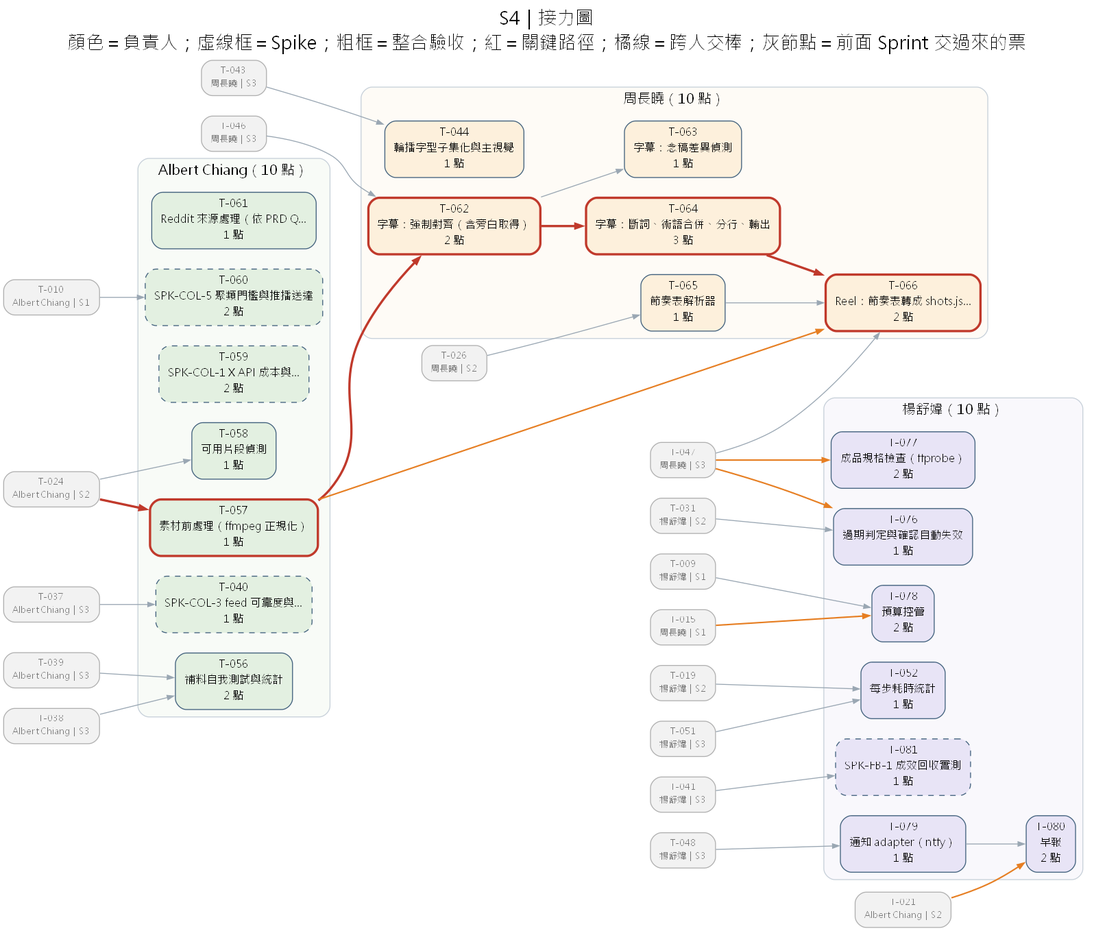
Before: docs/diagrams/dag-S4.png, a diagram exported from Graphviz (Zenobia000/AI_Media_Studio_content_pipe). Its source is kept beside it as docs/diagrams/dag-S4.dot.
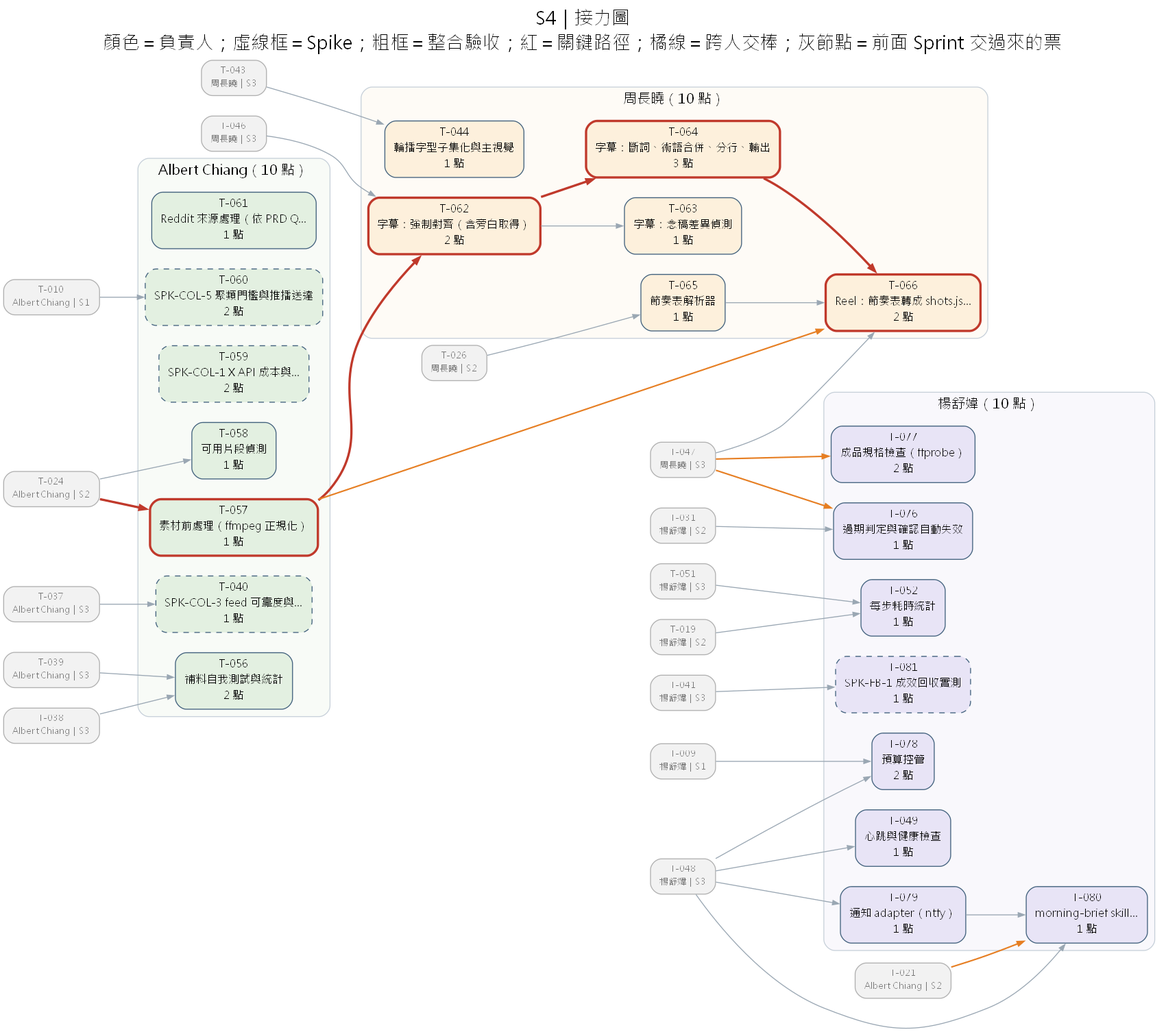
Later version of the same file.

Change to the diagram source:
```diff
@@ -47,6 +47,9 @@
 2 點", fillcolor="#fdf0dc", style="rounded,filled", penwidth=2.5, color="#c0392b"];
 }
 subgraph "cluster_楊舒媁" { label="楊舒媁（10 點）"; style="rounded,filled"; fillcolor="#e8e4f640"; color="#c7d0d9"; fontsize=15;
+"T-049" [label="T-049
+心跳與健康檢查
+1 點", fillcolor="#e8e4f6", style="rounded,filled"];
 "T-052" [label="T-052
 每步耗時統計
 1 點", fillcolor="#e8e4f6", style="rounded,filled"];
@@ -63,8 +66,8 @@
 通知 adapter（ntfy）
 1 點", fillcolor="#e8e4f6", style="rounded,filled"];
 "T-080" [label="T-080
-早報
-2 點", fillcolor="#e8e4f6", style="rounded,filled"];
+morning-brief skill…
+1 點", fillcolor="#e8e4f6", style="rounded,filled"];
 "T-081" [label="T-081
 SPK-FB-1 成效回收實測
 1 點", fillcolor="#e8e4f6", style="rounded,filled,dashed"];
@@ -73,8 +76,6 @@
 楊舒媁｜S1", fillcolor="#f2f2f2", color="#b0b0b0", fontcolor="#777777", fontsize=10];
 "T-010" [label="T-010
 Albert Chiang｜S1", fillcolor="#f2f2f2", color="#b0b0b0", fontcolor="#777777", fontsize=10];
-"T-015" [label="T-015
-周長曉｜S1", fillcolor="#f2f2f2", color="#b0b0b0", fontcolor="#777777", fontsize=10];
 "T-019" [label="T-019
 楊舒媁｜S2", fillcolor="#f2f2f2", color="#b0b0b0", fontcolor="#777777", fontsize=10];
 "T-021" [label="T-021
@@ -105,6 +106,7 @@
 楊舒媁｜S3", fillcolor="#f2f2f2", color="#b0b0b0", fontcolor="#777777", fontsize=10];
 "T-037" -> "T-040";
 "T-043" -> "T-044";
+"T-048" -> "T-049";
 "T-051" -> "T-052";
 "T-019" -> "T-052";
 "T-038" -> "T-056";
@@ -125,9 +127,10 @@
 "T-031" -> "T-076";
 "T-047" -> "T-077" [color="#e67e22", penwidth=1.6];
 "T-009" -> "T-078";
-"T-015" -> "T-078" [color="#e67e22", penwidth=1.6];
+"T-048" -> "T-078";
 "T-048" -> "T-079";
 "T-079" -> "T-080";
 "T-021" -> "T-080" [color="#e67e22", penwidth=1.6];
+"T-048" -> "T-080";
 "T-041" -> "T-081";
 }
```
